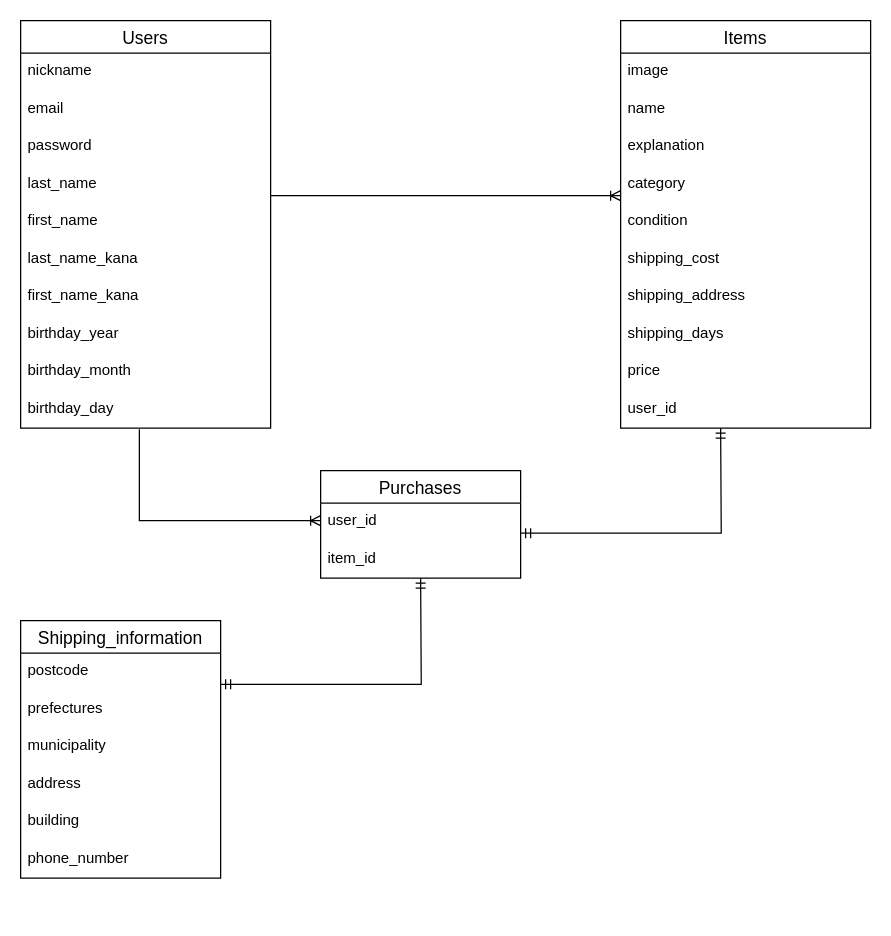
This is furima-38422.dio from moya-shi/furima-38422, a draw.io file, before an edit. Source tidied: cells renumbered, new cells numbered last; positions are measured from the earlier drawing's top-left corner, leaving out a move shared by most shapes. Both pictures are drawn from the tidied source at 125%, with x=0, y=0 at pixel (20, 20).
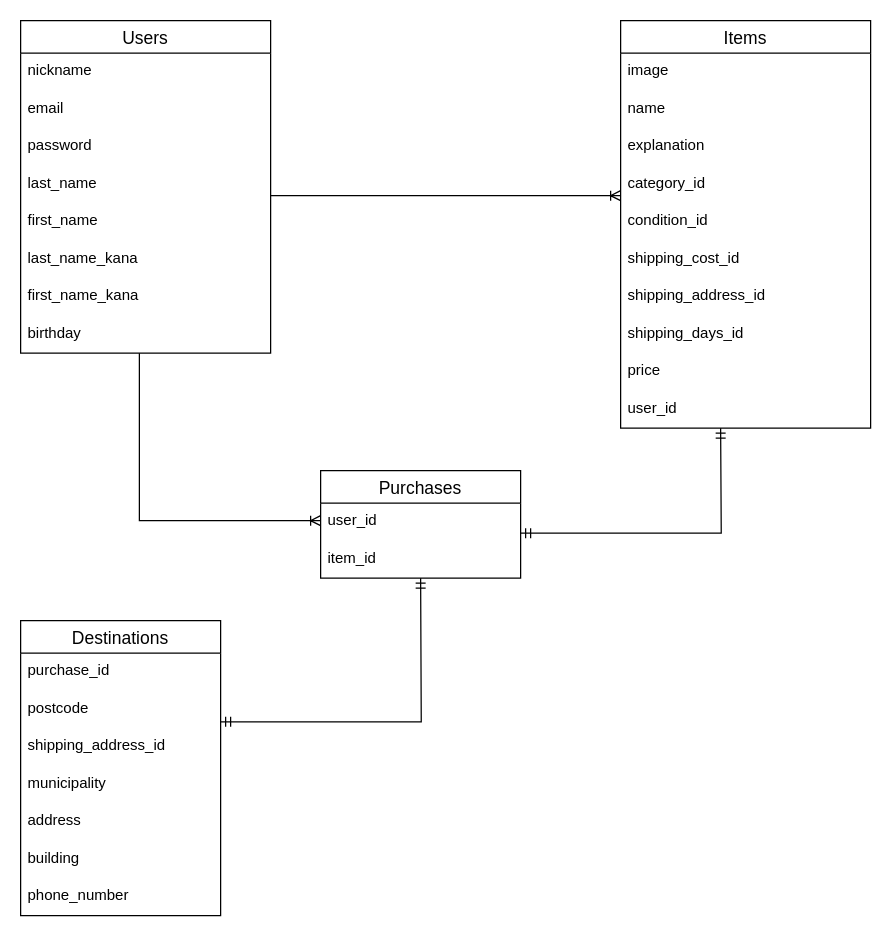
The same page after the edit.

Commit message (it also covers changes not shown here):
データベース設計（修正）

Unchanged cells that the change refers to:
```xml
<mxCell id="12" value="Items" style="swimlane;fontStyle=0;horizontal=1;startSize=26;align=center;fontSize=14;" parent="1" vertex="1">
  <mxGeometry x="480" width="200" height="326" as="geometry" />
</mxCell>
```

The edit, as a diff of the source:
```diff
@@
-    <mxCell id="5" value="Shipping_information" style="swimlane;fontStyle=0;horizontal=1;startSize=26;align=center;fontSize=14;" parent="1" vertex="1">
-      <mxGeometry y="480" width="160" height="206" as="geometry" />
+    <mxCell id="5" value="Destinations" style="swimlane;fontStyle=0;horizontal=1;startSize=26;align=center;fontSize=14;" parent="1" vertex="1">
+      <mxGeometry y="480" width="160" height="236" as="geometry" />
     </mxCell>
+    <mxCell id="38" value="purchase_id" style="text;strokeColor=none;fillColor=none;spacingLeft=4;spacingRight=4;overflow=hidden;fontSize=12;" parent="5" vertex="1">
+      <mxGeometry y="26" width="160" height="30" as="geometry" />
+    </mxCell>
     <mxCell id="6" value="postcode" style="text;strokeColor=none;fillColor=none;spacingLeft=4;spacingRight=4;overflow=hidden;points=[[0,0.5],[1,0.5]];portConstraint=eastwest;fontSize=12;" parent="5" vertex="1">
-      <mxGeometry y="26" width="160" height="30" as="geometry" />
+      <mxGeometry y="56" width="160" height="30" as="geometry" />
     </mxCell>
-    <mxCell id="7" value="prefectures" style="text;strokeColor=none;fillColor=none;spacingLeft=4;spacingRight=4;overflow=hidden;fontSize=12;" parent="5" vertex="1">
-      <mxGeometry y="56" width="160" height="30" as="geometry" />
+    <mxCell id="7" value="shipping_address_id" style="text;strokeColor=none;fillColor=none;spacingLeft=4;spacingRight=4;overflow=hidden;fontSize=12;" parent="5" vertex="1">
+      <mxGeometry y="86" width="160" height="30" as="geometry" />
     </mxCell>
     <mxCell id="8" value="municipality" style="text;strokeColor=none;fillColor=none;spacingLeft=4;spacingRight=4;overflow=hidden;fontSize=12;" parent="5" vertex="1">
-      <mxGeometry y="86" width="160" height="30" as="geometry" />
+      <mxGeometry y="116" width="160" height="30" as="geometry" />
     </mxCell>
     <mxCell id="9" value="address" style="text;strokeColor=none;fillColor=none;spacingLeft=4;spacingRight=4;overflow=hidden;fontSize=12;" parent="5" vertex="1">
-      <mxGeometry y="116" width="160" height="30" as="geometry" />
+      <mxGeometry y="146" width="160" height="30" as="geometry" />
     </mxCell>
     <mxCell id="10" value="building" style="text;strokeColor=none;fillColor=none;spacingLeft=4;spacingRight=4;overflow=hidden;fontSize=12;" parent="5" vertex="1">
-      <mxGeometry y="146" width="160" height="30" as="geometry" />
+      <mxGeometry y="176" width="160" height="30" as="geometry" />
     </mxCell>
     <mxCell id="11" value="phone_number" style="text;strokeColor=none;fillColor=none;spacingLeft=4;spacingRight=4;overflow=hidden;fontSize=12;" parent="5" vertex="1">
-      <mxGeometry y="176" width="160" height="30" as="geometry" />
+      <mxGeometry y="206" width="160" height="30" as="geometry" />
     </mxCell>
@@
-    <mxCell id="16" value="category" style="text;strokeColor=none;fillColor=none;spacingLeft=4;spacingRight=4;overflow=hidden;points=[[0,0.5],[1,0.5]];portConstraint=eastwest;fontSize=12;" parent="12" vertex="1">
+    <mxCell id="16" value="category_id" style="text;strokeColor=none;fillColor=none;spacingLeft=4;spacingRight=4;overflow=hidden;points=[[0,0.5],[1,0.5]];portConstraint=eastwest;fontSize=12;" parent="12" vertex="1">
       <mxGeometry y="116" width="200" height="30" as="geometry" />
     </mxCell>
-    <mxCell id="17" value="condition" style="text;strokeColor=none;fillColor=none;spacingLeft=4;spacingRight=4;overflow=hidden;fontSize=12;" parent="12" vertex="1">
+    <mxCell id="17" value="condition_id" style="text;strokeColor=none;fillColor=none;spacingLeft=4;spacingRight=4;overflow=hidden;fontSize=12;" parent="12" vertex="1">
       <mxGeometry y="146" width="200" height="30" as="geometry" />
     </mxCell>
-    <mxCell id="18" value="shipping_cost" style="text;strokeColor=none;fillColor=none;spacingLeft=4;spacingRight=4;overflow=hidden;fontSize=12;" parent="12" vertex="1">
+    <mxCell id="18" value="shipping_cost_id" style="text;strokeColor=none;fillColor=none;spacingLeft=4;spacingRight=4;overflow=hidden;fontSize=12;" parent="12" vertex="1">
       <mxGeometry y="176" width="200" height="30" as="geometry" />
     </mxCell>
-    <mxCell id="19" value="shipping_address" style="text;strokeColor=none;fillColor=none;spacingLeft=4;spacingRight=4;overflow=hidden;fontSize=12;" parent="12" vertex="1">
+    <mxCell id="19" value="shipping_address_id" style="text;strokeColor=none;fillColor=none;spacingLeft=4;spacingRight=4;overflow=hidden;fontSize=12;" parent="12" vertex="1">
       <mxGeometry y="206" width="200" height="30" as="geometry" />
     </mxCell>
-    <mxCell id="20" value="shipping_days" style="text;strokeColor=none;fillColor=none;spacingLeft=4;spacingRight=4;overflow=hidden;fontSize=12;" parent="12" vertex="1">
+    <mxCell id="20" value="shipping_days_id" style="text;strokeColor=none;fillColor=none;spacingLeft=4;spacingRight=4;overflow=hidden;fontSize=12;" parent="12" vertex="1">
       <mxGeometry y="236" width="200" height="30" as="geometry" />
     </mxCell>
@@
     <mxCell id="23" value="Users" style="swimlane;fontStyle=0;horizontal=1;startSize=26;align=center;fontSize=14;" parent="1" vertex="1">
-      <mxGeometry width="200" height="326" as="geometry" />
+      <mxGeometry width="200" height="266" as="geometry" />
     </mxCell>
@@
-    <mxCell id="31" value="birthday_year" style="text;strokeColor=none;fillColor=none;spacingLeft=4;spacingRight=4;overflow=hidden;points=[[0,0.5],[1,0.5]];portConstraint=eastwest;fontSize=12;" parent="23" vertex="1">
+    <mxCell id="31" value="birthday" style="text;strokeColor=none;fillColor=none;spacingLeft=4;spacingRight=4;overflow=hidden;points=[[0,0.5],[1,0.5]];portConstraint=eastwest;fontSize=12;" parent="23" vertex="1">
       <mxGeometry y="236" width="200" height="30" as="geometry" />
     </mxCell>
-    <mxCell id="32" value="birthday_month" style="text;strokeColor=none;fillColor=none;spacingLeft=4;spacingRight=4;overflow=hidden;fontSize=12;" parent="23" vertex="1">
-      <mxGeometry y="266" width="200" height="30" as="geometry" />
-    </mxCell>
-    <mxCell id="33" value="birthday_day" style="text;strokeColor=none;fillColor=none;spacingLeft=4;spacingRight=4;overflow=hidden;points=[[0,0.5],[1,0.5]];portConstraint=eastwest;fontSize=12;" parent="23" vertex="1">
-      <mxGeometry y="296" width="200" height="30" as="geometry" />
-    </mxCell>
@@
-    <mxCell id="37" style="edgeStyle=orthogonalEdgeStyle;fontSize=12;html=1;endArrow=ERoneToMany;rounded=0;exitX=0.475;exitY=1.033;exitDx=0;exitDy=0;exitPerimeter=0;" parent="1" edge="1" source="33">
+    <mxCell id="37" style="edgeStyle=orthogonalEdgeStyle;fontSize=12;html=1;endArrow=ERoneToMany;rounded=0;" parent="1" edge="1" source="31">
       <mxGeometry relative="1" as="geometry">
         <mxPoint x="240" y="400" as="targetPoint" />
         <Array as="points">
           <mxPoint x="95" y="400" />
         </Array>
       </mxGeometry>
     </mxCell>
```
